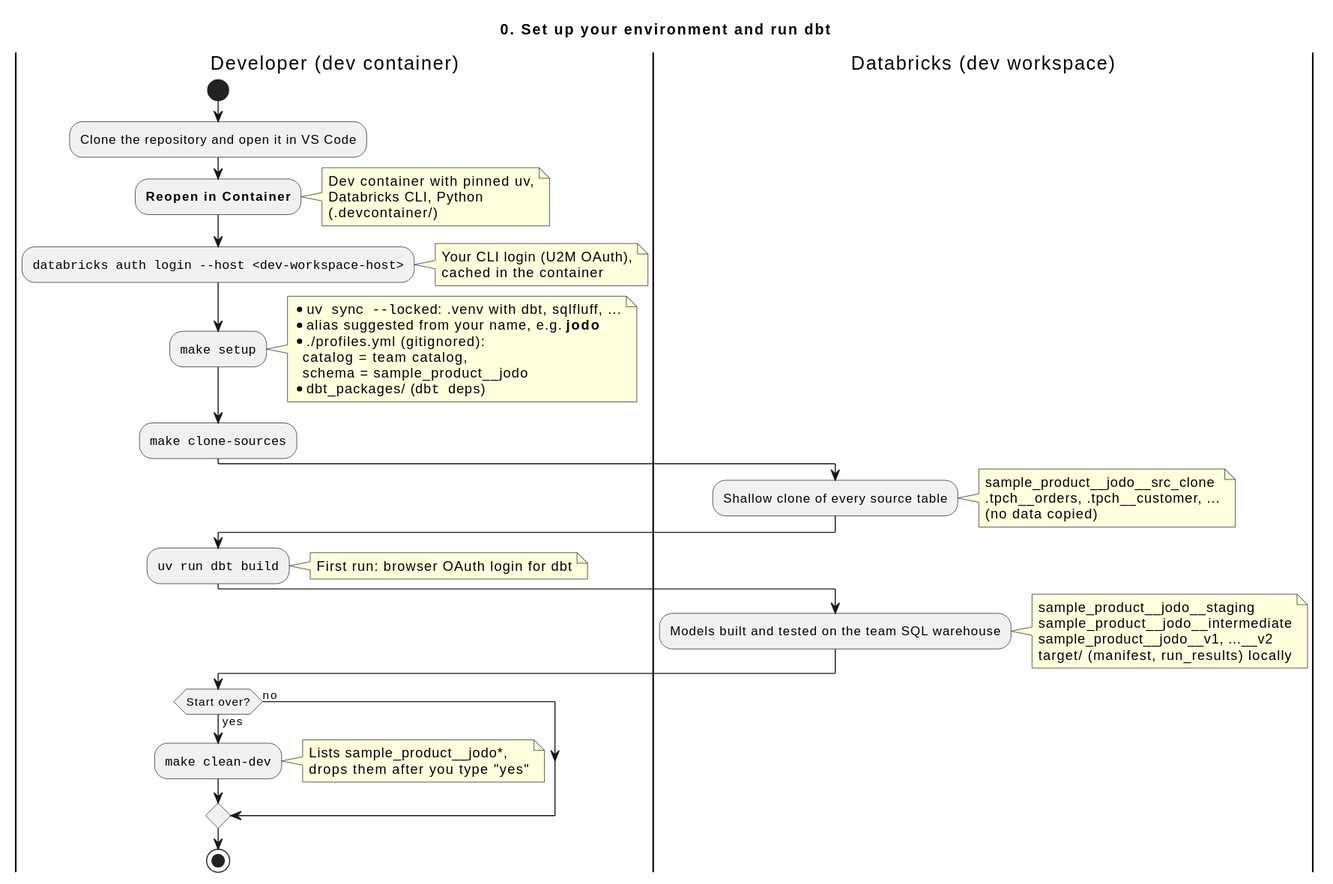
Before: docs/diagrams/workflow-0-setup.svg, a diagram exported from PlantUML (PeterHenell/dbt-databricks-template).
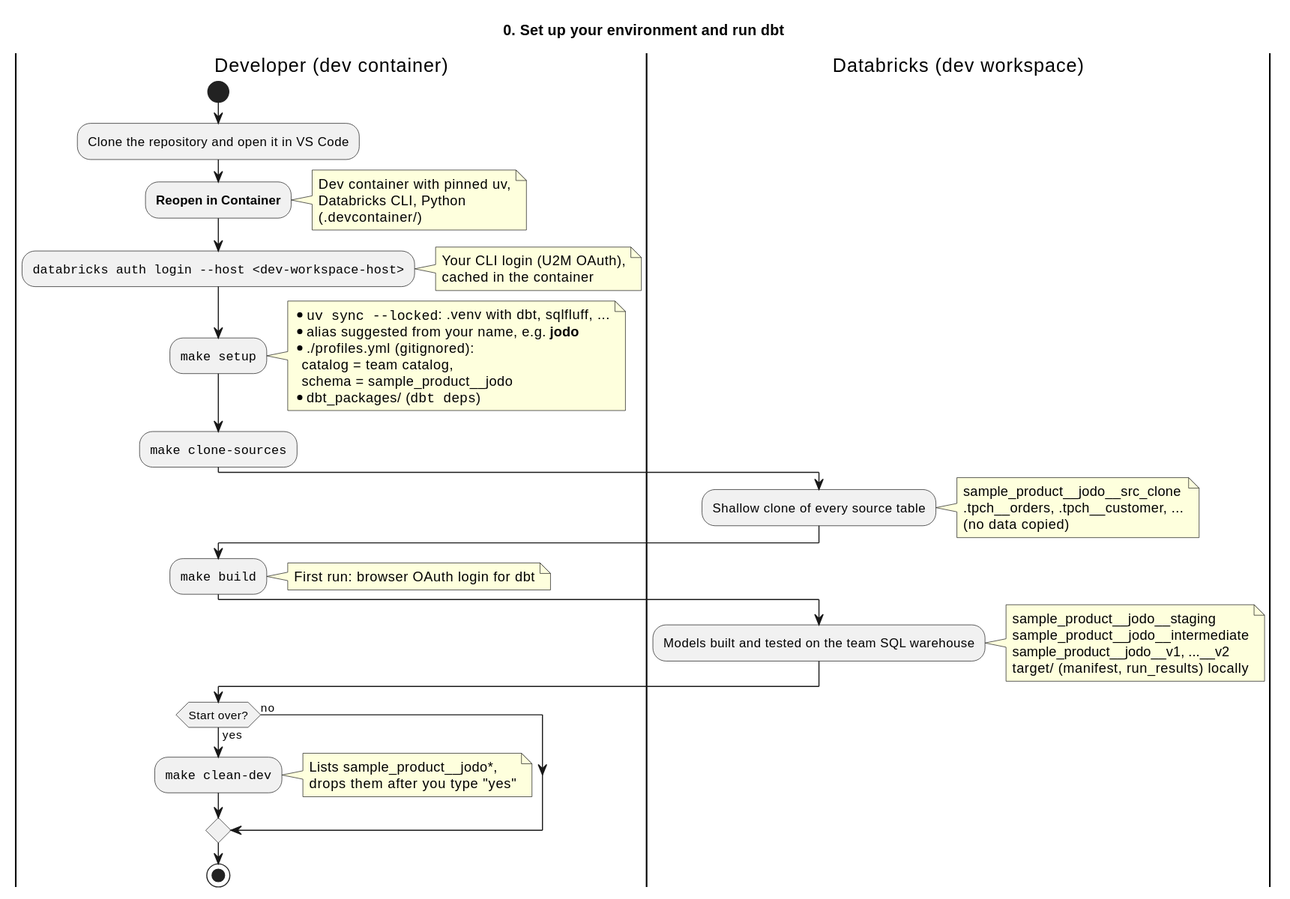
After the commit.

Diff of the diagram source:
```diff
@@ -33,7 +33,7 @@
   (no data copied)
 end note
 |Developer (dev container)|
-:""uv run dbt build"";
+:""make build"";
 note right
   First run: browser OAuth login for dbt
 end note
```
